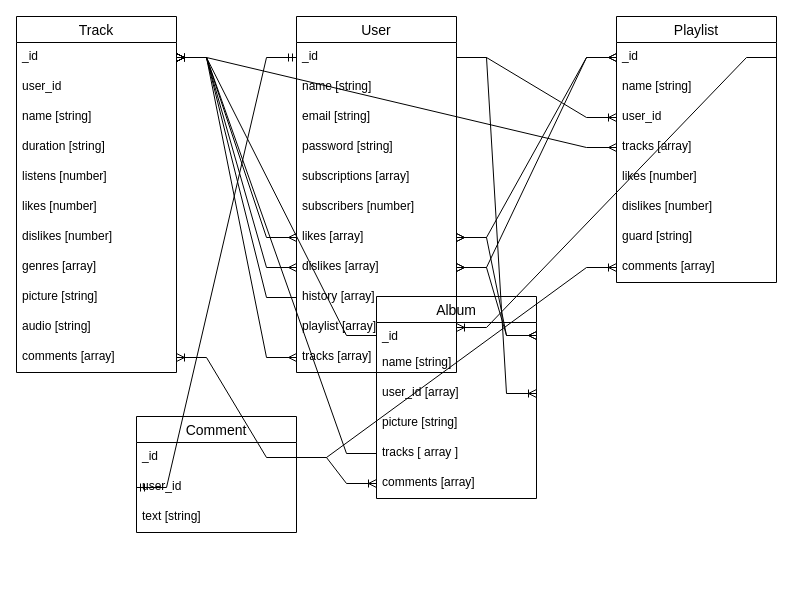
Before: schemas/betify.drawio in tusvel/betify_backend, a draw.io diagram. Source tidied: cells renumbered, new cells numbered last; positions are measured from the earlier drawing's top-left corner, leaving out a move shared by most shapes. Both pictures are drawn from the tidied source at 100%, with x=0, y=0 at pixel (16, 16).
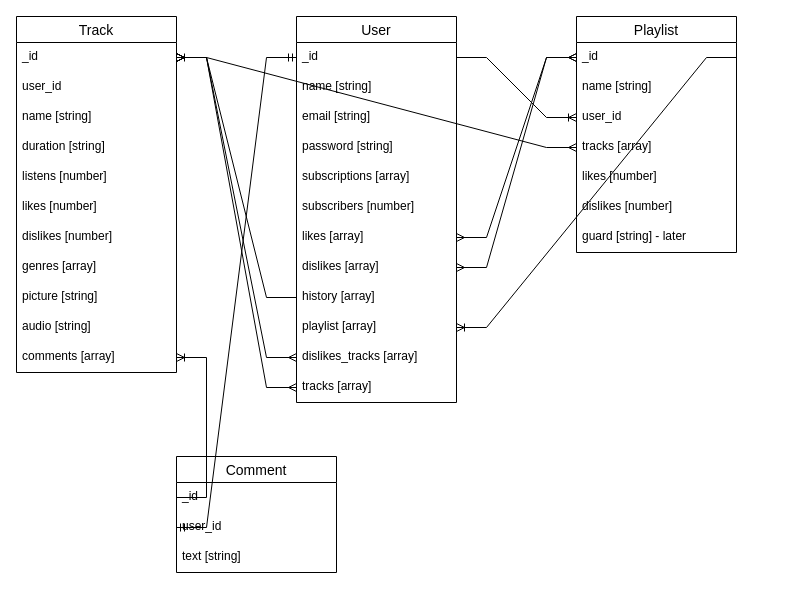
The same page after the edit.

Unchanged cells that the change refers to:
```xml
<mxCell id="3" value="_id" style="text;strokeColor=none;fillColor=none;spacingLeft=4;spacingRight=4;overflow=hidden;points=[[0,0.5],[1,0.5]];portConstraint=eastwest;fontSize=12;" parent="2" vertex="1">
  <mxGeometry y="26" width="160" height="30" as="geometry" />
</mxCell>
<mxCell id="13" value="comments [array]" style="text;strokeColor=none;fillColor=none;spacingLeft=4;spacingRight=4;overflow=hidden;points=[[0,0.5],[1,0.5]];portConstraint=eastwest;fontSize=12;" parent="2" vertex="1">
  <mxGeometry y="326" width="160" height="30" as="geometry" />
</mxCell>
<mxCell id="22" value="_id" style="text;strokeColor=none;fillColor=none;spacingLeft=4;spacingRight=4;overflow=hidden;points=[[0,0.5],[1,0.5]];portConstraint=eastwest;fontSize=12;" parent="21" vertex="1">
  <mxGeometry y="26" width="160" height="30" as="geometry" />
</mxCell>
<mxCell id="26" value="_id" style="text;strokeColor=none;fillColor=none;spacingLeft=4;spacingRight=4;overflow=hidden;points=[[0,0.5],[1,0.5]];portConstraint=eastwest;fontSize=12;" parent="25" vertex="1">
  <mxGeometry y="26" width="160" height="30" as="geometry" />
</mxCell>
<mxCell id="32" value="likes [array]" style="text;strokeColor=none;fillColor=none;spacingLeft=4;spacingRight=4;overflow=hidden;points=[[0,0.5],[1,0.5]];portConstraint=eastwest;fontSize=12;" parent="25" vertex="1">
  <mxGeometry y="206" width="160" height="30" as="geometry" />
</mxCell>
<mxCell id="33" value="dislikes [array]" style="text;strokeColor=none;fillColor=none;spacingLeft=4;spacingRight=4;overflow=hidden;points=[[0,0.5],[1,0.5]];portConstraint=eastwest;fontSize=12;" parent="25" vertex="1">
  <mxGeometry y="236" width="160" height="30" as="geometry" />
</mxCell>
```

Diff of the diagram source:
```diff
@@
-    <mxCell id="14" value="Album" style="swimlane;fontStyle=0;horizontal=1;startSize=26;align=center;fontSize=14;" parent="1" vertex="1">
-      <mxGeometry x="360" y="280" width="160" height="202" as="geometry" />
-    </mxCell>
-    <mxCell id="15" value="_id" style="text;strokeColor=none;fillColor=none;spacingLeft=4;spacingRight=4;overflow=hidden;points=[[0,0.5],[1,0.5]];portConstraint=eastwest;fontSize=12;" parent="14" vertex="1">
-      <mxGeometry y="26" width="160" height="26" as="geometry" />
-    </mxCell>
-    <mxCell id="16" value="name [string]" style="text;strokeColor=none;fillColor=none;spacingLeft=4;spacingRight=4;overflow=hidden;fontSize=12;" parent="14" vertex="1">
-      <mxGeometry y="52" width="160" height="30" as="geometry" />
-    </mxCell>
-    <mxCell id="17" value="user_id [array]" style="text;strokeColor=none;fillColor=none;spacingLeft=4;spacingRight=4;overflow=hidden;points=[[0,0.5],[1,0.5]];portConstraint=eastwest;fontSize=12;" parent="14" vertex="1">
-      <mxGeometry y="82" width="160" height="30" as="geometry" />
-    </mxCell>
-    <mxCell id="18" value="picture [string]" style="text;strokeColor=none;fillColor=none;spacingLeft=4;spacingRight=4;overflow=hidden;fontSize=12;" parent="14" vertex="1">
-      <mxGeometry y="112" width="160" height="30" as="geometry" />
-    </mxCell>
-    <mxCell id="19" value="tracks [ array ]" style="text;strokeColor=none;fillColor=none;spacingLeft=4;spacingRight=4;overflow=hidden;points=[[0,0.5],[1,0.5]];portConstraint=eastwest;fontSize=12;" parent="14" vertex="1">
-      <mxGeometry y="142" width="160" height="30" as="geometry" />
-    </mxCell>
-    <mxCell id="20" value="comments [array]" style="text;strokeColor=none;fillColor=none;spacingLeft=4;spacingRight=4;overflow=hidden;points=[[0,0.5],[1,0.5]];portConstraint=eastwest;fontSize=12;" parent="14" vertex="1">
-      <mxGeometry y="172" width="160" height="30" as="geometry" />
-    </mxCell>
     <mxCell id="21" value="Comment" style="swimlane;fontStyle=0;horizontal=1;startSize=26;align=center;fontSize=14;" parent="1" vertex="1">
-      <mxGeometry x="120" y="400" width="160" height="116" as="geometry" />
+      <mxGeometry x="160" y="440" width="160" height="116" as="geometry" />
     </mxCell>
@@
     <mxCell id="25" value="User" style="swimlane;fontStyle=0;horizontal=1;startSize=26;align=center;fontSize=14;" parent="1" vertex="1">
-      <mxGeometry x="280" width="160" height="356" as="geometry" />
+      <mxGeometry x="280" width="160" height="386" as="geometry" />
     </mxCell>
@@
+    <mxCell id="64" value="dislikes_tracks [array]" style="text;strokeColor=none;fillColor=none;spacingLeft=4;spacingRight=4;overflow=hidden;points=[[0,0.5],[1,0.5]];portConstraint=eastwest;fontSize=12;" parent="25" vertex="1">
+      <mxGeometry y="326" width="160" height="30" as="geometry" />
+    </mxCell>
     <mxCell id="36" value="tracks [array]" style="text;strokeColor=none;fillColor=none;spacingLeft=4;spacingRight=4;overflow=hidden;points=[[0,0.5],[1,0.5]];portConstraint=eastwest;fontSize=12;" parent="25" vertex="1">
-      <mxGeometry y="326" width="160" height="30" as="geometry" />
+      <mxGeometry y="356" width="160" height="30" as="geometry" />
     </mxCell>
     <mxCell id="37" value="Playlist" style="swimlane;fontStyle=0;horizontal=1;startSize=26;align=center;fontSize=14;" parent="1" vertex="1">
-      <mxGeometry x="600" width="160" height="266" as="geometry" />
+      <mxGeometry x="560" width="160" height="236" as="geometry" />
     </mxCell>
@@
-    <mxCell id="44" value="guard [string]" style="text;strokeColor=none;fillColor=none;spacingLeft=4;spacingRight=4;overflow=hidden;fontSize=12;" parent="37" vertex="1">
+    <mxCell id="44" value="guard [string] - later" style="text;strokeColor=none;fillColor=none;spacingLeft=4;spacingRight=4;overflow=hidden;fontSize=12;" parent="37" vertex="1">
       <mxGeometry y="206" width="160" height="30" as="geometry" />
     </mxCell>
-    <mxCell id="45" value="comments [array]" style="text;strokeColor=none;fillColor=none;spacingLeft=4;spacingRight=4;overflow=hidden;points=[[0,0.5],[1,0.5]];portConstraint=eastwest;fontSize=12;" parent="37" vertex="1">
-      <mxGeometry y="236" width="160" height="30" as="geometry" />
-    </mxCell>
@@
-    <mxCell id="50" style="edgeStyle=entityRelationEdgeStyle;fontSize=12;html=1;endArrow=ERmany;startArrow=ERmany;rounded=0;exitX=0;exitY=0.5;exitDx=0;exitDy=0;entryX=1;entryY=0.5;entryDx=0;entryDy=0;" parent="1" edge="1" source="32" target="3">
-      <mxGeometry relative="1" as="geometry" />
-    </mxCell>
-    <mxCell id="51" style="edgeStyle=entityRelationEdgeStyle;fontSize=12;html=1;endArrow=ERmany;startArrow=ERmany;rounded=0;exitX=0;exitY=0.5;exitDx=0;exitDy=0;entryX=1;entryY=0.5;entryDx=0;entryDy=0;" parent="1" edge="1" source="33" target="3">
+    <mxCell id="51" style="edgeStyle=entityRelationEdgeStyle;fontSize=12;html=1;endArrow=ERmany;startArrow=ERmany;rounded=0;exitX=0;exitY=0.5;exitDx=0;exitDy=0;entryX=1;entryY=0.5;entryDx=0;entryDy=0;" parent="1" edge="1" source="64" target="3">
       <mxGeometry relative="1" as="geometry" />
     </mxCell>
-    <mxCell id="52" style="edgeStyle=entityRelationEdgeStyle;fontSize=12;html=1;endArrow=ERmany;startArrow=ERmany;rounded=0;entryX=1;entryY=0.5;entryDx=0;entryDy=0;exitX=1;exitY=0.5;exitDx=0;exitDy=0;" parent="1" edge="1" source="32" target="15">
-      <mxGeometry relative="1" as="geometry" />
-    </mxCell>
-    <mxCell id="53" style="edgeStyle=entityRelationEdgeStyle;fontSize=12;html=1;endArrow=ERmany;startArrow=ERmany;rounded=0;entryX=1;entryY=0.5;entryDx=0;entryDy=0;exitX=1;exitY=0.5;exitDx=0;exitDy=0;" parent="1" edge="1" source="33" target="15">
-      <mxGeometry relative="1" as="geometry" />
-    </mxCell>
-    <mxCell id="54" style="edgeStyle=entityRelationEdgeStyle;fontSize=12;html=1;endArrow=ERoneToMany;rounded=0;entryX=1;entryY=0.5;entryDx=0;entryDy=0;exitX=0;exitY=0.5;exitDx=0;exitDy=0;" parent="1" edge="1" source="15" target="3">
-      <mxGeometry relative="1" as="geometry" />
-    </mxCell>
@@
-    <mxCell id="57" style="edgeStyle=entityRelationEdgeStyle;fontSize=12;html=1;endArrow=ERoneToMany;rounded=0;exitX=1;exitY=0.5;exitDx=0;exitDy=0;entryX=1;entryY=0.5;entryDx=0;entryDy=0;" parent="1" edge="1" source="26" target="17">
-      <mxGeometry relative="1" as="geometry" />
-    </mxCell>
-    <mxCell id="58" style="edgeStyle=entityRelationEdgeStyle;fontSize=12;html=1;endArrow=ERoneToMany;rounded=0;entryX=1;entryY=0.5;entryDx=0;entryDy=0;exitX=0;exitY=0.5;exitDx=0;exitDy=0;" parent="1" edge="1" source="19" target="3">
-      <mxGeometry relative="1" as="geometry" />
-    </mxCell>
-    <mxCell id="59" style="edgeStyle=entityRelationEdgeStyle;fontSize=12;html=1;endArrow=ERoneToMany;rounded=0;entryX=1;entryY=0.5;entryDx=0;entryDy=0;exitX=1;exitY=0.5;exitDx=0;exitDy=0;" parent="1" edge="1" source="22" target="13">
+    <mxCell id="59" style="edgeStyle=entityRelationEdgeStyle;fontSize=12;html=1;endArrow=ERoneToMany;rounded=0;entryX=1;entryY=0.5;entryDx=0;entryDy=0;exitX=0;exitY=0.5;exitDx=0;exitDy=0;" parent="1" edge="1" source="22" target="13">
       <mxGeometry relative="1" as="geometry" />
     </mxCell>
-    <mxCell id="60" style="edgeStyle=entityRelationEdgeStyle;fontSize=12;html=1;endArrow=ERoneToMany;rounded=0;entryX=0;entryY=0.5;entryDx=0;entryDy=0;exitX=1;exitY=0.5;exitDx=0;exitDy=0;" parent="1" edge="1" source="22" target="45">
-      <mxGeometry relative="1" as="geometry" />
-    </mxCell>
-    <mxCell id="61" style="edgeStyle=entityRelationEdgeStyle;fontSize=12;html=1;endArrow=ERoneToMany;rounded=0;entryX=0;entryY=0.5;entryDx=0;entryDy=0;exitX=1;exitY=0.5;exitDx=0;exitDy=0;" parent="1" edge="1" source="22" target="20">
-      <mxGeometry relative="1" as="geometry" />
-    </mxCell>
```
